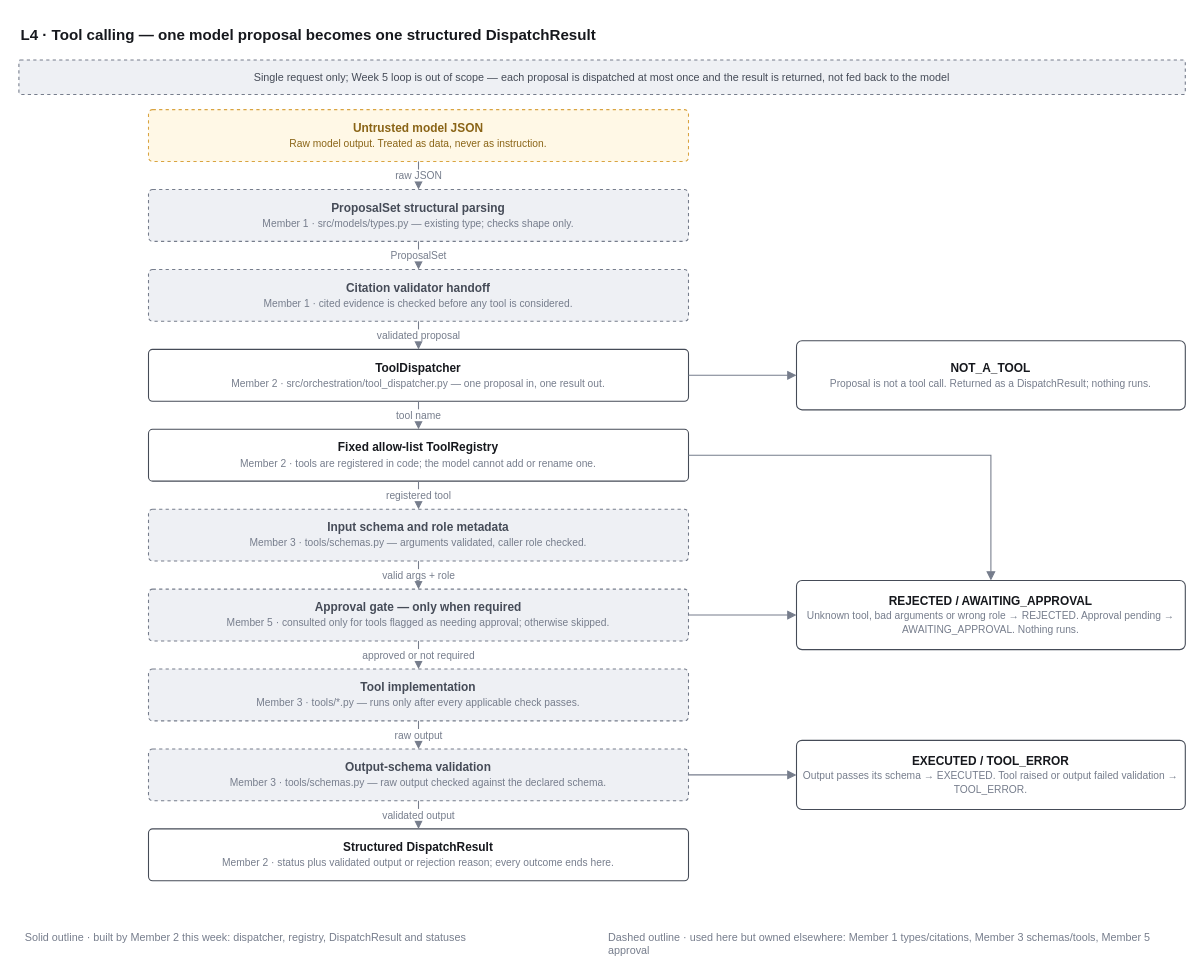
SelinaMasembe/Software-engineering-QA-agent keeps this draw.io diagram as page "L4 · Tool calling" (5 of 5) of docs/architecture/qa-agent-architecture (1).drawio. Above is the earlier version. Source tidied: cells renumbered, new cells numbered last; positions are measured from the earlier drawing's top-left corner, leaving out a move shared by most shapes. Both pictures are drawn from the tidied source at 108%, with x=0, y=0 at pixel (18, 18).
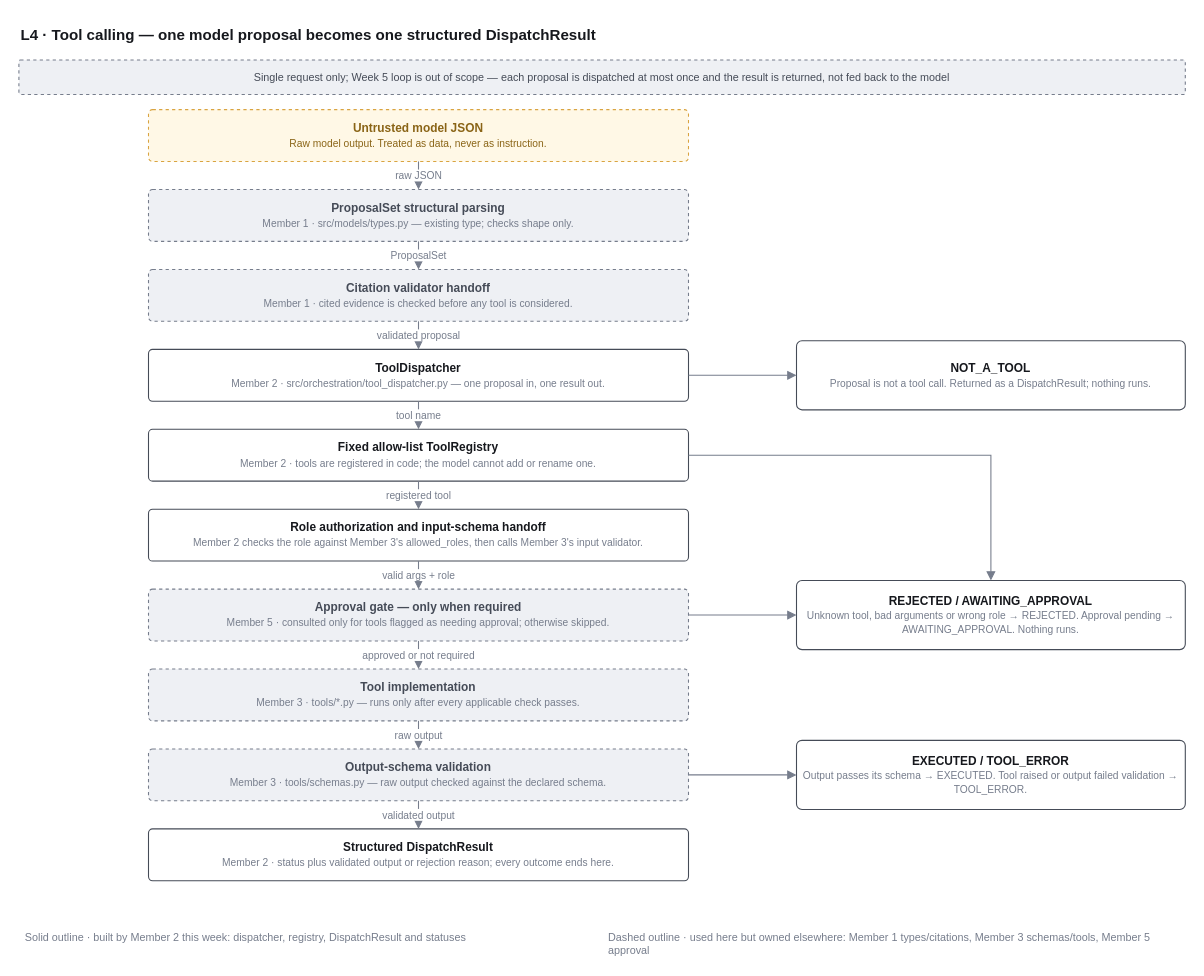
Above is the later version.

The edit, as a diff of the source:
```diff
@@
-    <mxCell id="9" value="&lt;b&gt;Input schema and role metadata&lt;/b&gt;&lt;br&gt;&lt;font style=&quot;font-size:9.5px&quot; color=&quot;#767d8c&quot;&gt;Member 3 · tools/schemas.py — arguments validated, caller role checked.&lt;/font&gt;" style="rounded=1;whiteSpace=wrap;html=1;arcSize=8;fontSize=11;align=center;verticalAlign=middle;spacing=4;fillColor=#eef0f4;strokeColor=#767d8c;dashed=1;fontColor=#454b57;" parent="1" vertex="1">
+    <mxCell id="9" value="&lt;b&gt;Role authorization and input-schema handoff&lt;/b&gt;&lt;br&gt;&lt;font style=&quot;font-size:9.5px&quot; color=&quot;#767d8c&quot;&gt;Member 2 checks the role against Member 3's allowed_roles, then calls Member 3's input validator.&lt;/font&gt;" style="rounded=1;whiteSpace=wrap;html=1;arcSize=8;fontSize=11;align=center;verticalAlign=middle;spacing=4;fillColor=#ffffff;strokeColor=#454b57;fontColor=#16181d;" parent="1" vertex="1">
       <mxGeometry x="120" y="454" width="500" height="48" as="geometry" />
     </mxCell>
```
